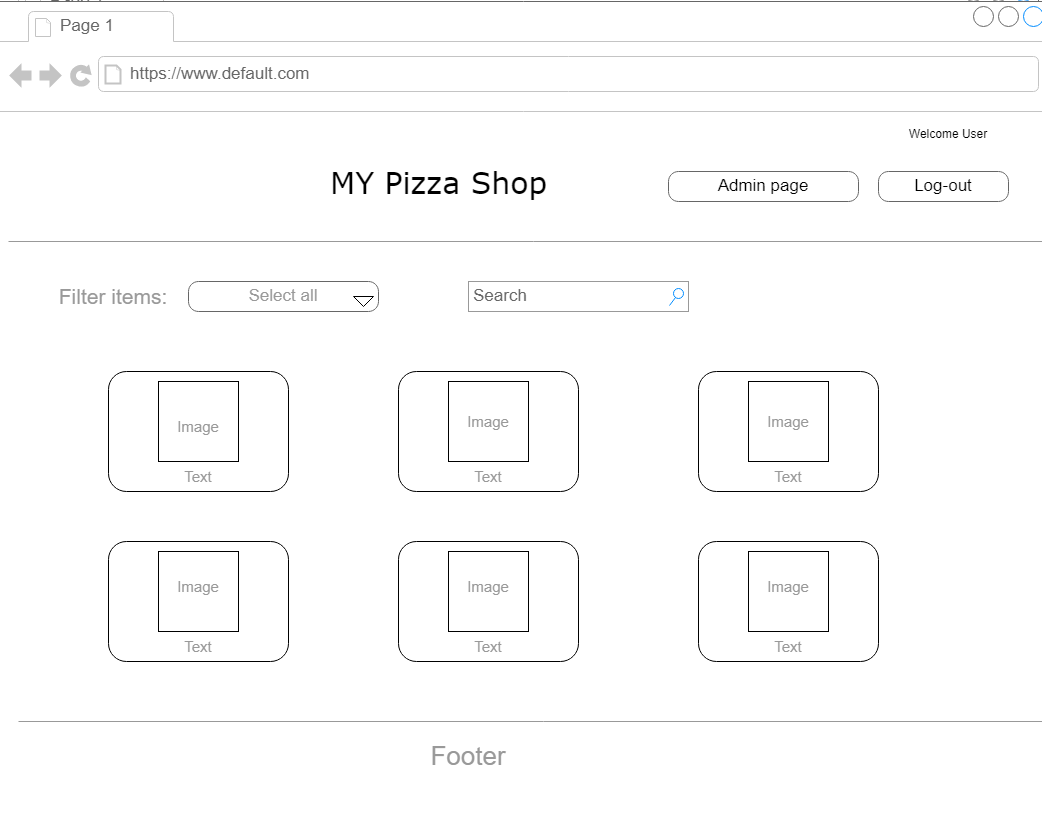
Before: documentation/wireframe menu page(admin).png, a diagram exported from draw.io (kristina-sh/webprog-pizza-rest). Source tidied: cells renumbered, new cells last; positions are measured from the earlier drawing's top-left corner, leaving out a move shared by most shapes.
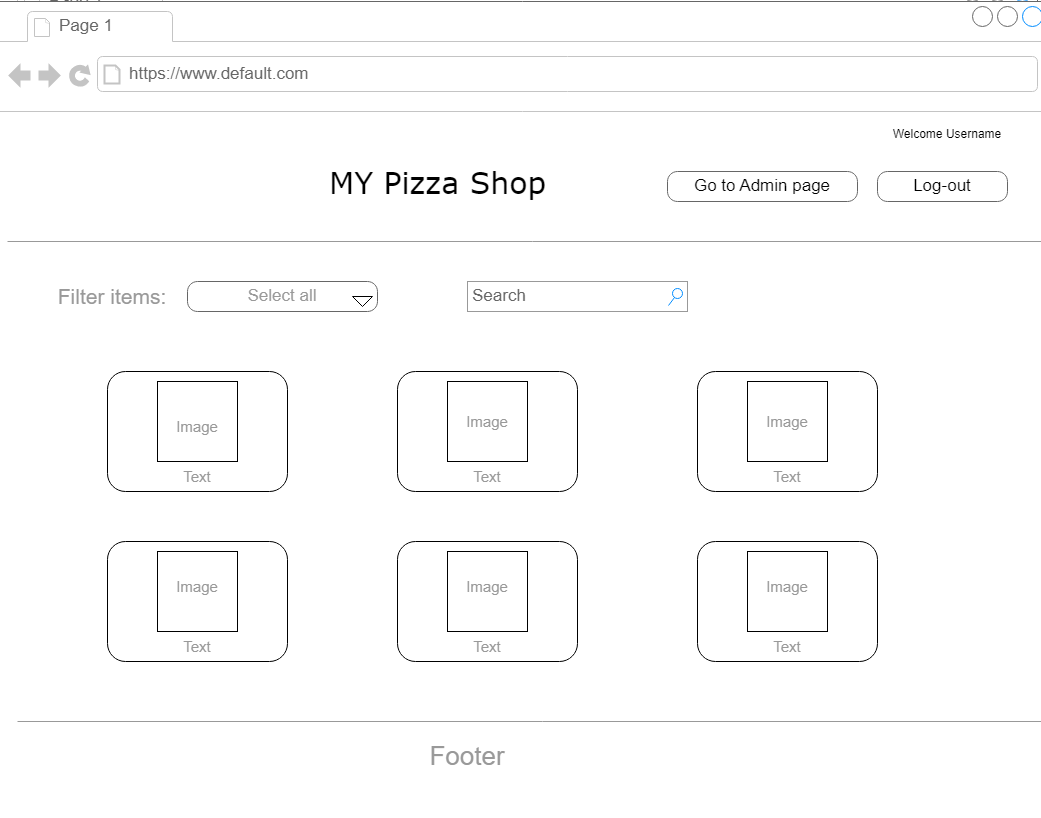
After the change.

Change to the diagram source:
```diff
@@ -329,7 +329,7 @@
     <mxCell id="110" style="verticalLabelPosition=bottom;shadow=0;dashed=0;align=center;html=1;verticalAlign=top;strokeWidth=1;shape=mxgraph.mockup.markup.line;strokeColor=#999999;rounded=0;labelBackgroundColor=none;fillColor=#ffffff;fontFamily=Verdana;fontSize=12;fontColor=#000000;" parent="105" vertex="1">
       <mxGeometry x="10" y="230" width="1050" height="20" as="geometry" />
     </mxCell>
-    <mxCell id="111" value="Admin page" style="strokeWidth=1;shadow=0;dashed=0;align=center;html=1;shape=mxgraph.mockup.buttons.button;strokeColor=#666666;mainText=;buttonStyle=round;fontSize=17;fontStyle=0;fillColor=none;whiteSpace=wrap;rounded=0;labelBackgroundColor=none;" parent="105" vertex="1">
+    <mxCell id="111" value="Go to Admin page" style="strokeWidth=1;shadow=0;dashed=0;align=center;html=1;shape=mxgraph.mockup.buttons.button;strokeColor=#666666;mainText=;buttonStyle=round;fontSize=17;fontStyle=0;fillColor=none;whiteSpace=wrap;rounded=0;labelBackgroundColor=none;" parent="105" vertex="1">
       <mxGeometry x="670" y="170" width="190" height="30" as="geometry" />
     </mxCell>
     <mxCell id="112" value="Select all" style="strokeWidth=1;shadow=0;dashed=0;align=center;html=1;shape=mxgraph.mockup.buttons.button;strokeColor=#666666;mainText=;buttonStyle=round;fontSize=17;fontStyle=0;fillColor=none;whiteSpace=wrap;rounded=0;labelBackgroundColor=none;fontColor=#999999;" parent="105" vertex="1">
@@ -419,7 +419,7 @@
     <mxCell id="140" style="triangle;whiteSpace=wrap;html=1;fontSize=21;fontColor=#999999;rotation=90;" parent="105" vertex="1">
       <mxGeometry x="360" y="290" width="10" height="20" as="geometry" />
     </mxCell>
-    <mxCell id="141" value="Welcome User" style="text;html=1;strokeColor=none;fillColor=none;align=center;verticalAlign=middle;whiteSpace=wrap;rounded=0;" parent="105" vertex="1">
+    <mxCell id="141" value="Welcome Username" style="text;html=1;strokeColor=none;fillColor=none;align=center;verticalAlign=middle;whiteSpace=wrap;rounded=0;" parent="105" vertex="1">
       <mxGeometry x="890" y="125" width="120" height="15" as="geometry" />
     </mxCell>
     <mxCell id="142" value="Log-out" style="strokeWidth=1;shadow=0;dashed=0;align=center;html=1;shape=mxgraph.mockup.buttons.button;strokeColor=#666666;mainText=;buttonStyle=round;fontSize=17;fontStyle=0;fillColor=none;whiteSpace=wrap;rounded=0;labelBackgroundColor=none;" parent="105" vertex="1">
```
